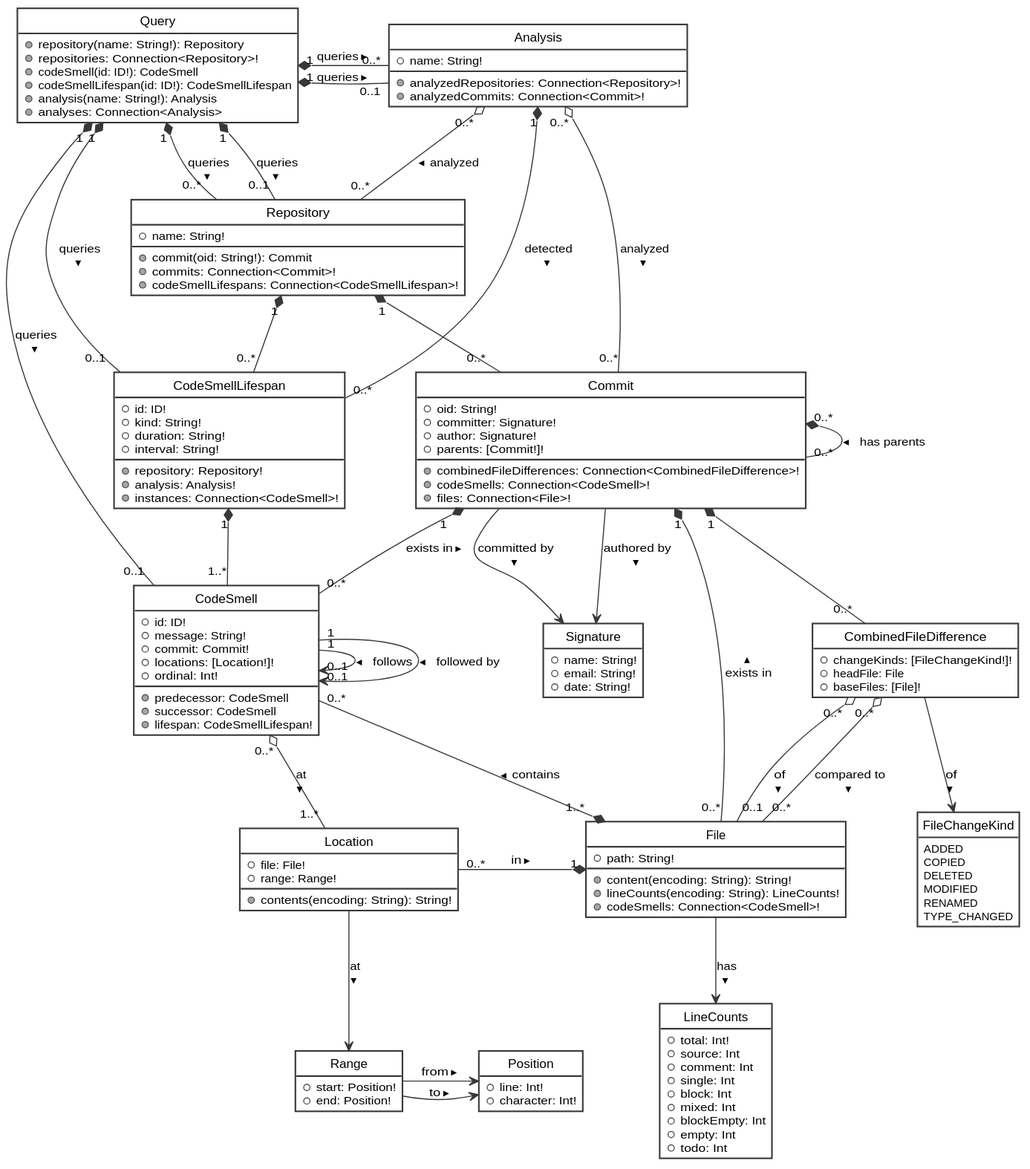
The PlantUML diagram schema/graphql.svg in felixfbecker/olfaction, before a commit.
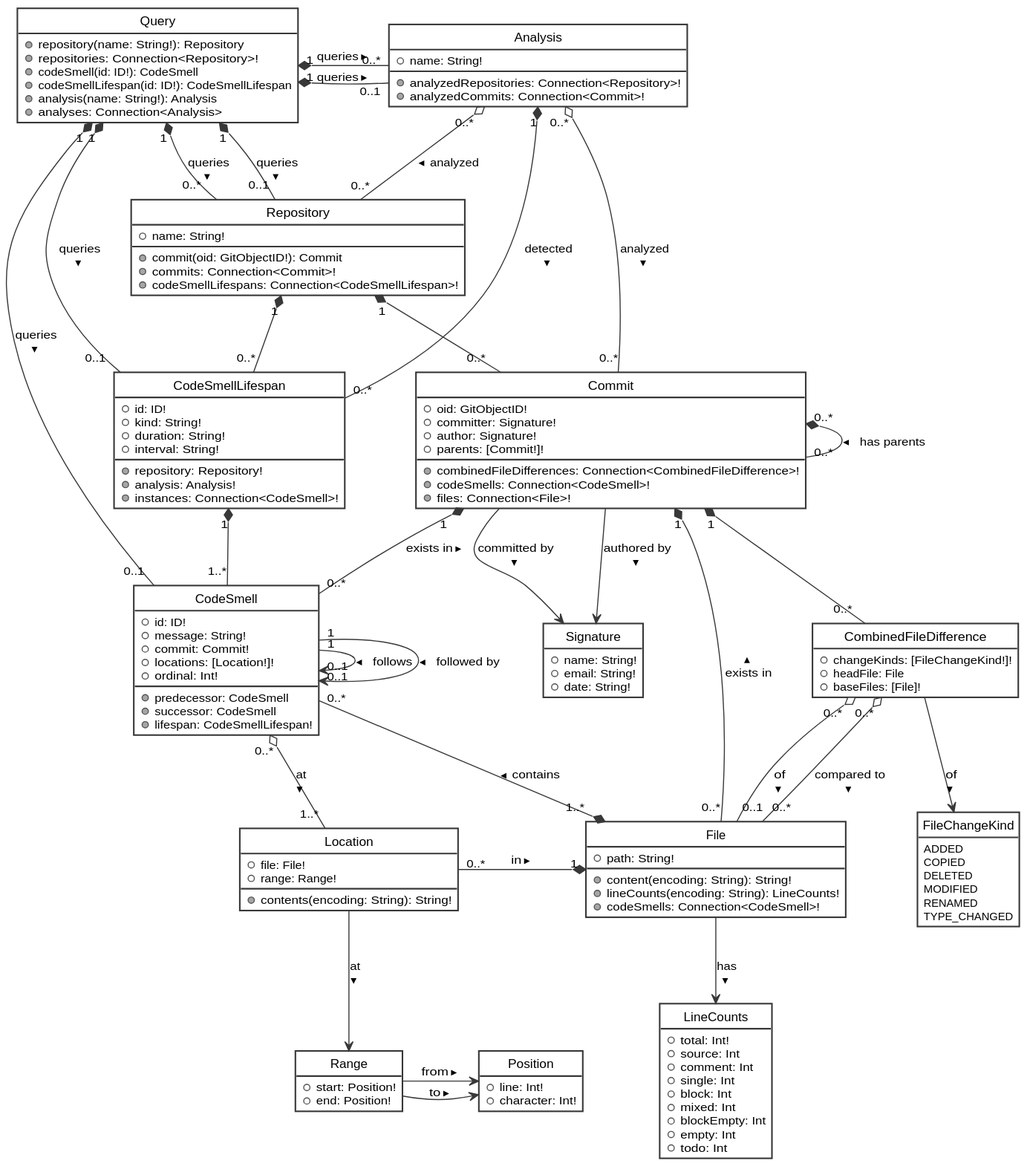
After the commit.

Commit message:
Change String -> GitObjectID

What changed in the source:
```diff
@@ -31,7 +31,7 @@
 
 class Repository {
   +name: String!
-  {method} +commit(oid: String!): Commit
+  {method} +commit(oid: GitObjectID!): Commit
   {method} +commits: Connection<Commit>!
   {method} +codeSmellLifespans: Connection<CodeSmellLifespan>!
 }
@@ -40,7 +40,7 @@
 Analysis "0..*" o-- "0..*" Repository : analyzed >
 
 class Commit {
-  +oid: String!
+  +oid: GitObjectID!
   +committer: Signature!
   +author: Signature!
   +parents: [Commit!]!
```
